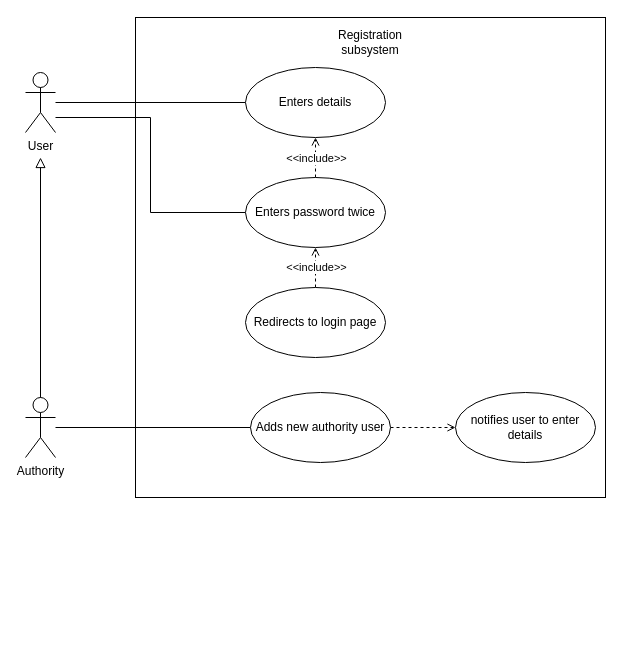
Kari19/D1 keeps this draw.io diagram as Registration.drawio. Above is the earlier version. Source tidied: cells renumbered, new cells numbered last; positions are measured from the earlier drawing's top-left corner, leaving out a move shared by most shapes. Both pictures are drawn from the tidied source at 100%, with x=0, y=0 at pixel (25, 17).
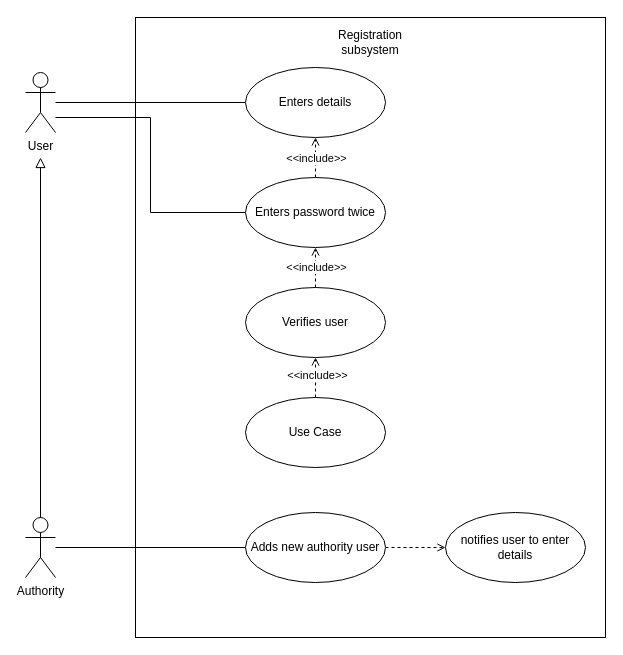
Above is the later version.

Change to the diagram source:
```diff
@@
     <mxCell id="2" style="rounded=0;whiteSpace=wrap;html=1;" parent="1" vertex="1">
-      <mxGeometry x="110" width="470" height="480" as="geometry" />
+      <mxGeometry x="110" width="470" height="620" as="geometry" />
     </mxCell>
@@
-    <mxCell id="13" value="Redirects to login page" style="ellipse;whiteSpace=wrap;html=1;" parent="1" vertex="1">
+    <mxCell id="13" value="Verifies user" style="ellipse;whiteSpace=wrap;html=1;" parent="1" vertex="1">
       <mxGeometry x="220" y="270" width="140" height="70" as="geometry" />
     </mxCell>
@@
     <mxCell id="15" value="Authority" style="shape=umlActor;html=1;verticalLabelPosition=bottom;verticalAlign=top;align=center;" parent="1" vertex="1">
-      <mxGeometry y="380" width="30" height="60" as="geometry" />
+      <mxGeometry y="500" width="30" height="60" as="geometry" />
     </mxCell>
@@
     <mxCell id="18" value="Adds new authority user" style="ellipse;whiteSpace=wrap;html=1;" parent="1" vertex="1">
-      <mxGeometry x="225" y="375" width="140" height="70" as="geometry" />
+      <mxGeometry x="220" y="495" width="140" height="70" as="geometry" />
     </mxCell>
     <mxCell id="19" value="notifies user to enter details" style="ellipse;whiteSpace=wrap;html=1;" parent="1" vertex="1">
-      <mxGeometry x="430" y="375" width="140" height="70" as="geometry" />
+      <mxGeometry x="420" y="495" width="140" height="70" as="geometry" />
     </mxCell>
+    <mxCell id="20" style="edgeStyle=orthogonalEdgeStyle;rounded=0;jettySize=auto;html=1;endArrow=open;endFill=0;dashed=1;" parent="1" edge="1" source="22" target="13">
+      <mxGeometry relative="1" as="geometry" />
+    </mxCell>
+    <mxCell id="21" value="&amp;lt;&amp;lt;include&amp;gt;&amp;gt;" style="edgeLabel;html=1;align=center;verticalAlign=middle;" parent="20" vertex="1">
+      <mxGeometry x="0.15" y="-1" relative="1" as="geometry" />
+    </mxCell>
+    <mxCell id="22" value="Use Case" style="ellipse;whiteSpace=wrap;html=1;" parent="1" vertex="1">
+      <mxGeometry x="220" y="380" width="140" height="70" as="geometry" />
+    </mxCell>
```
